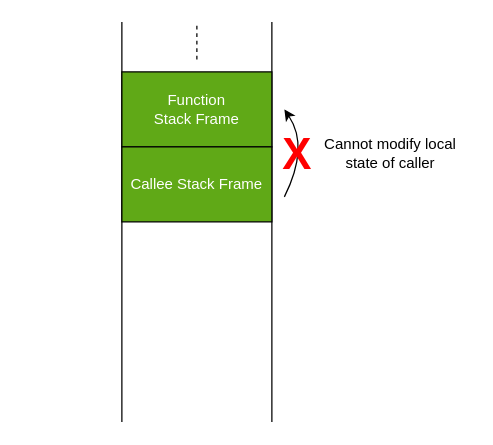
capt-hb/thesis keeps this draw.io diagram as drawio/lse-3.drawio. Above is the earlier version. Source tidied: cells renumbered, new cells numbered last; positions are measured from the earlier drawing's top-left corner, leaving out a move shared by most shapes. Both pictures are drawn from the tidied source at 125%, with x=0, y=0 at pixel (21, 21).
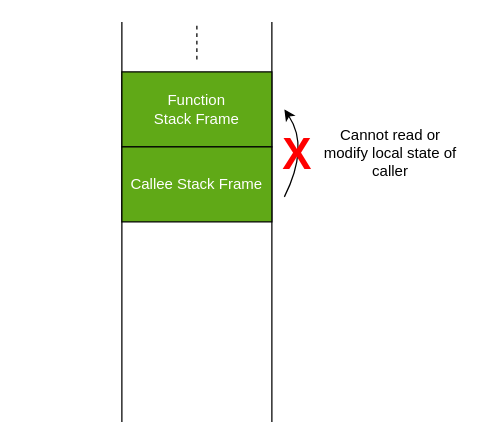
After the change.

Commit message (it also covers changes not shown here):
updated last part of LSE diagrams

What changed in the source:
```diff
@@
 <mxGraphModel>
   <root>
     <mxCell id="0" />
     <mxCell id="1" parent="0" />
     <mxCell id="2" style="endArrow=none;html=1;" parent="1" edge="1">
       <mxGeometry relative="1" as="geometry">
         <mxPoint x="200" y="320" as="sourcePoint" />
         <mxPoint x="200" as="targetPoint" />
       </mxGeometry>
     </mxCell>
     <mxCell id="3" style="endArrow=none;html=1;" parent="1" edge="1">
       <mxGeometry relative="1" as="geometry">
         <mxPoint x="80" y="320" as="sourcePoint" />
         <mxPoint x="80" as="targetPoint" />
       </mxGeometry>
     </mxCell>
     <mxCell id="4" value="Function&lt;br&gt;Stack Frame" style="rounded=0;whiteSpace=wrap;html=1;fillColor=#60a917;strokeColor=#000000;fontColor=#ffffff;" parent="1" vertex="1">
       <mxGeometry x="80" y="40" width="120" height="60" as="geometry" />
     </mxCell>
     <mxCell id="5" style="endArrow=none;dashed=1;html=1;" parent="1" edge="1">
       <mxGeometry relative="1" as="geometry">
         <mxPoint x="140" y="30" as="sourcePoint" />
         <mxPoint x="140" as="targetPoint" />
       </mxGeometry>
     </mxCell>
     <mxCell id="6" value="Callee Stack Frame" style="rounded=0;whiteSpace=wrap;html=1;strokeColor=#000000;fillColor=#60a917;fontColor=#ffffff;" parent="1" vertex="1">
       <mxGeometry x="80" y="100" width="120" height="60" as="geometry" />
     </mxCell>
     <mxCell id="7" style="curved=1;endArrow=none;html=1;endFill=0;startArrow=classic;startFill=1;" parent="1" edge="1">
       <mxGeometry relative="1" as="geometry">
         <mxPoint x="210" y="70" as="sourcePoint" />
         <mxPoint x="210" y="140" as="targetPoint" />
         <Array as="points">
           <mxPoint x="230" y="100" />
         </Array>
       </mxGeometry>
     </mxCell>
     <mxCell id="8" style="rounded=0;whiteSpace=wrap;html=1;strokeColor=none;fontSize=35;fillColor=none;" parent="1" vertex="1">
       <mxGeometry width="360" height="320" as="geometry" />
     </mxCell>
     <mxCell id="9" value="&lt;b&gt;&lt;font color=&quot;#ff0000&quot;&gt;X&lt;/font&gt;&lt;/b&gt;" style="text;html=1;align=center;verticalAlign=middle;fontSize=35;" parent="1" vertex="1">
       <mxGeometry x="200" y="80" width="40" height="50" as="geometry" />
     </mxCell>
-    <mxCell id="10" value="Cannot modify local state of caller" style="text;html=1;strokeColor=none;fillColor=none;align=center;verticalAlign=middle;whiteSpace=wrap;rounded=0;fontSize=12;" parent="1" vertex="1">
+    <mxCell id="10" value="Cannot read or modify local state of caller" style="text;html=1;strokeColor=none;fillColor=none;align=center;verticalAlign=middle;whiteSpace=wrap;rounded=0;fontSize=12;" parent="1" vertex="1">
       <mxGeometry x="240" y="95" width="110" height="20" as="geometry" />
     </mxCell>
   </root>
 </mxGraphModel>
```
